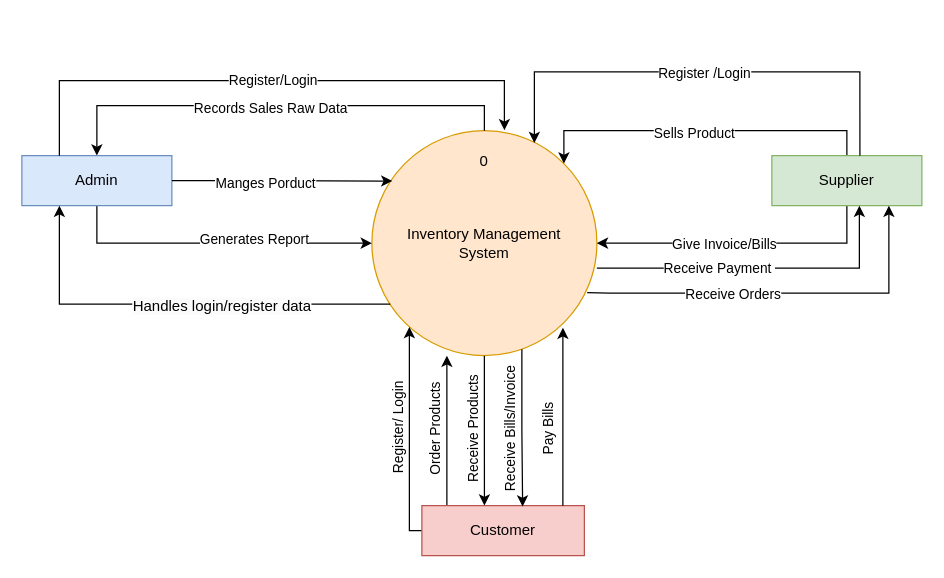
This is SRS.drawio from pawal-karki/DRAW.IO, a draw.io file, before an edit. Source tidied: cells renumbered, new cells numbered last; positions are measured from the earlier drawing's top-left corner, leaving out a move shared by most shapes. Both pictures are drawn from the tidied source at 125%, with x=0, y=0 at pixel (21, 71).
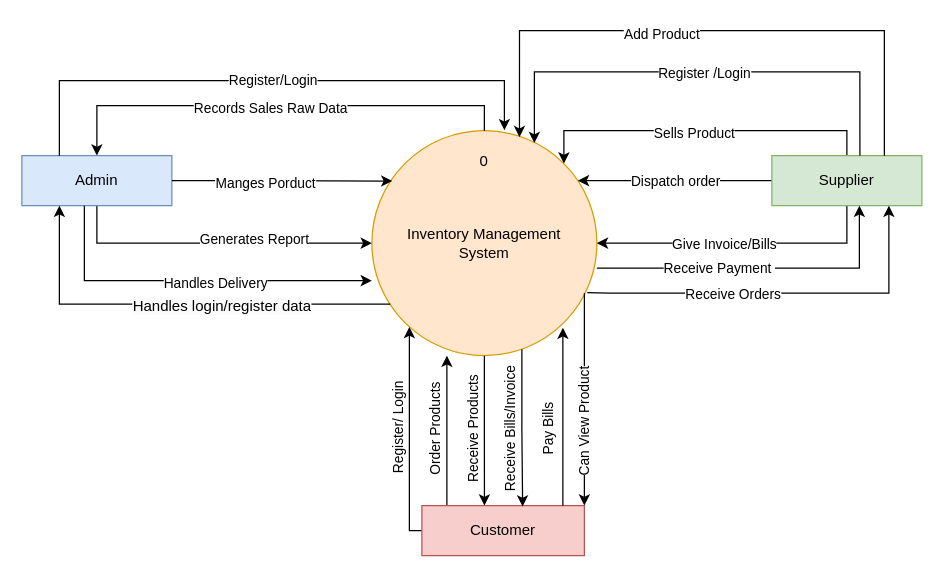
After the change.

The change refers to these unchanged cells:
```xml
<mxCell id="2" value="Inventory Management&lt;div&gt;System&lt;/div&gt;" style="ellipse;whiteSpace=wrap;html=1;fillColor=#ffe6cc;strokeColor=#d79b00;" parent="1" vertex="1">
  <mxGeometry x="280" y="47" width="180" height="180" as="geometry" />
</mxCell>
<mxCell id="7" value="Admin" style="rounded=0;whiteSpace=wrap;html=1;fillColor=#dae8fc;strokeColor=#6c8ebf;" parent="1" vertex="1">
  <mxGeometry y="67" width="120" height="40" as="geometry" />
</mxCell>
<mxCell id="15" value="Customer" style="rounded=0;whiteSpace=wrap;html=1;fillColor=#f8cecc;strokeColor=#b85450;" parent="1" vertex="1">
  <mxGeometry x="320" y="347" width="130" height="40" as="geometry" />
</mxCell>
<mxCell id="20" value="Supplier" style="rounded=0;whiteSpace=wrap;html=1;fillColor=#d5e8d4;strokeColor=#82b366;" parent="1" vertex="1">
  <mxGeometry x="600" y="67" width="120" height="40" as="geometry" />
</mxCell>
```

What changed in the source:
```diff
@@
+    <mxCell id="37" style="edgeStyle=orthogonalEdgeStyle;rounded=0;jettySize=auto;html=1;startArrow=classic;startFill=1;endArrow=none;endFill=0;" parent="1" edge="1" source="15">
+      <mxGeometry relative="1" as="geometry">
+        <mxPoint x="450" y="177" as="targetPoint" />
+        <Array as="points">
+          <mxPoint x="450" y="327" />
+          <mxPoint x="450" y="327" />
+        </Array>
+      </mxGeometry>
+    </mxCell>
+    <mxCell id="38" value="Can View Product" style="edgeLabel;html=1;align=center;verticalAlign=middle;rotation=-90;" parent="37" vertex="1">
+      <mxGeometry x="-0.22" y="1" relative="1" as="geometry" />
+    </mxCell>
@@
+    <mxCell id="39" style="edgeStyle=orthogonalEdgeStyle;rounded=0;jettySize=auto;html=1;exitX=0;exitY=0.5;exitDx=0;exitDy=0;" parent="1" edge="1" source="20" target="2">
+      <mxGeometry relative="1" as="geometry">
+        <Array as="points">
+          <mxPoint x="480" y="87" />
+          <mxPoint x="480" y="87" />
+        </Array>
+      </mxGeometry>
+    </mxCell>
+    <mxCell id="40" value="Dispatch order" style="edgeLabel;html=1;align=center;verticalAlign=middle;" parent="39" vertex="1">
+      <mxGeometry x="0.01" relative="1" as="geometry" />
+    </mxCell>
@@
+    <mxCell id="41" style="edgeStyle=orthogonalEdgeStyle;rounded=0;jettySize=auto;html=1;exitX=0.75;exitY=0;exitDx=0;exitDy=0;entryX=0.656;entryY=0.029;entryDx=0;entryDy=0;entryPerimeter=0;" parent="1" edge="1" source="20" target="2">
+      <mxGeometry relative="1" as="geometry">
+        <Array as="points">
+          <mxPoint x="690" y="-33" />
+          <mxPoint x="398" y="-33" />
+        </Array>
+      </mxGeometry>
+    </mxCell>
+    <mxCell id="42" value="Add Product" style="edgeLabel;html=1;align=center;verticalAlign=middle;" parent="41" vertex="1">
+      <mxGeometry x="0.17" y="2" relative="1" as="geometry" />
+    </mxCell>
+    <mxCell id="43" style="edgeStyle=orthogonalEdgeStyle;rounded=0;jettySize=auto;html=1;" parent="1" edge="1" source="7">
+      <mxGeometry relative="1" as="geometry">
+        <mxPoint x="280" y="167" as="targetPoint" />
+        <Array as="points">
+          <mxPoint x="50" y="167" />
+        </Array>
+      </mxGeometry>
+    </mxCell>
+    <mxCell id="44" value="Handles Delivery" style="edgeLabel;html=1;align=center;verticalAlign=middle;" parent="43" vertex="1">
+      <mxGeometry x="0.13" y="-1" relative="1" as="geometry" />
+    </mxCell>
```
